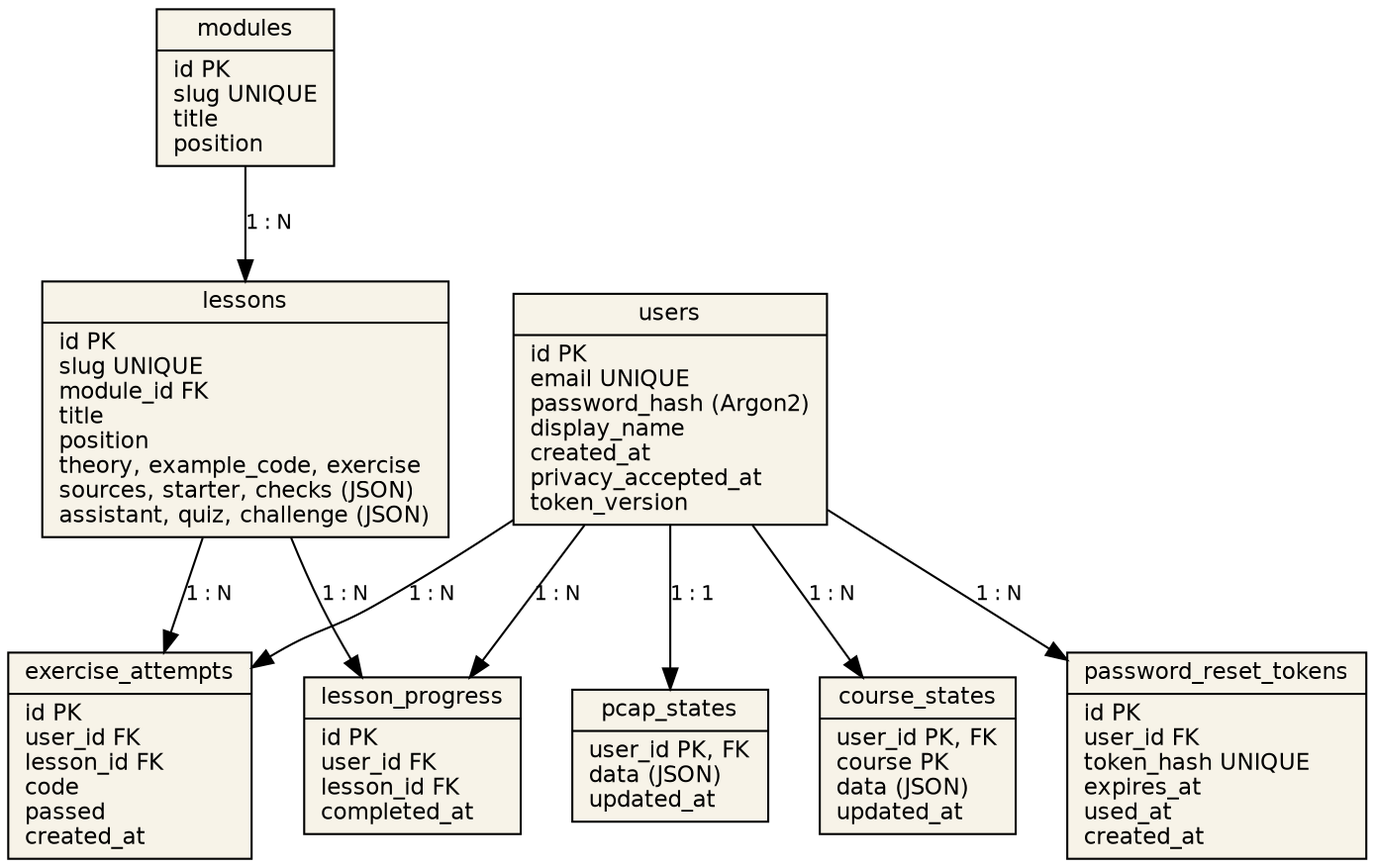
Above: docs/memoria/img/er.png in Marbi8891/python-learning-dashboard (Graphviz), before the change. Its source is kept beside it as docs/memoria/img/er.dot.
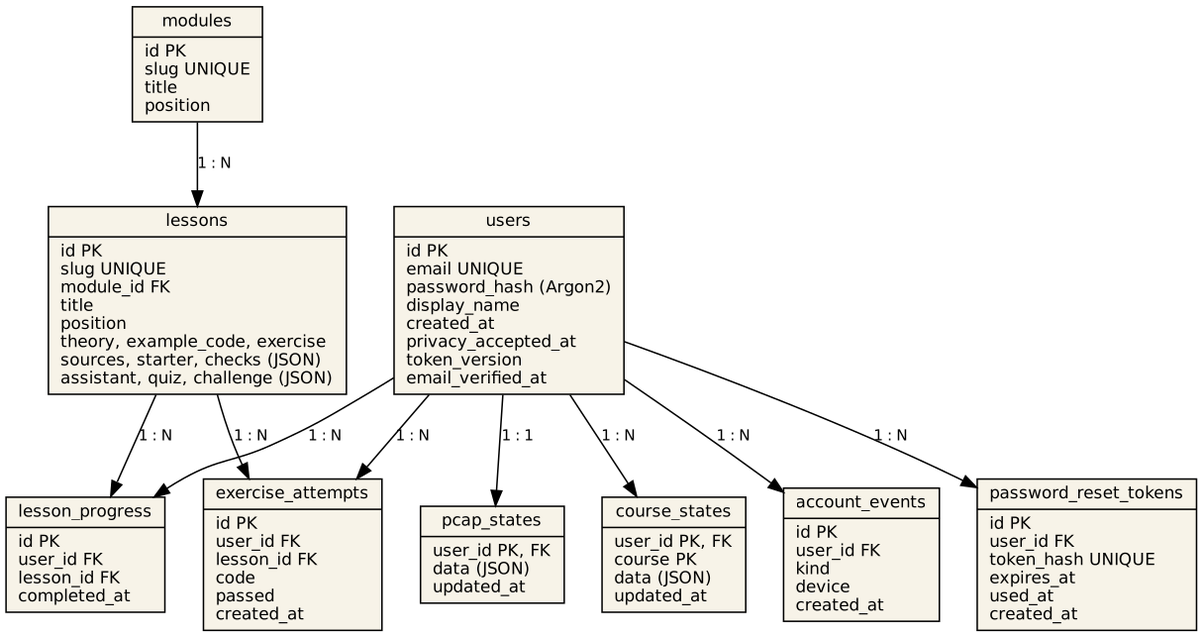
Later version of the same file.

What changed in the source:
```diff
@@ -1,7 +1,8 @@
 digraph ER { rankdir=TB; nodesep=0.35; ranksep=0.6; node [shape=record, fontname="Helvetica", fontsize=11, style=filled, fillcolor="#f7f3e8"]; edge [fontname="Helvetica", fontsize=10];
 modules [label="{modules|id PK\lslug UNIQUE\ltitle\lposition\l}"];
 lessons [label="{lessons|id PK\lslug UNIQUE\lmodule_id FK\ltitle\lposition\ltheory, example_code, exercise\lsources, starter, checks (JSON)\lassistant, quiz, challenge (JSON)\l}"];
-users [label="{users|id PK\lemail UNIQUE\lpassword_hash (Argon2)\ldisplay_name\lcreated_at\lprivacy_accepted_at\ltoken_version\l}"];
+users [label="{users|id PK\lemail UNIQUE\lpassword_hash (Argon2)\ldisplay_name\lcreated_at\lprivacy_accepted_at\ltoken_version\lemail_verified_at\l}"];
+account_events [label="{account_events|id PK\luser_id FK\lkind\ldevice\lcreated_at\l}"];
 lesson_progress [label="{lesson_progress|id PK\luser_id FK\llesson_id FK\lcompleted_at\l}"];
 exercise_attempts [label="{exercise_attempts|id PK\luser_id FK\llesson_id FK\lcode\lpassed\lcreated_at\l}"];
 password_reset_tokens [label="{password_reset_tokens|id PK\luser_id FK\ltoken_hash UNIQUE\lexpires_at\lused_at\lcreated_at\l}"];
@@ -11,5 +12,6 @@
 users -> lesson_progress [label="1 : N"]; lessons -> lesson_progress [label="1 : N"];
 users -> exercise_attempts [label="1 : N"]; lessons -> exercise_attempts [label="1 : N"];
 users -> password_reset_tokens [label="1 : N"];
+users -> account_events [label="1 : N"];
 users -> pcap_states [label="1 : 1"]; users -> course_states [label="1 : N"];
 }
```
